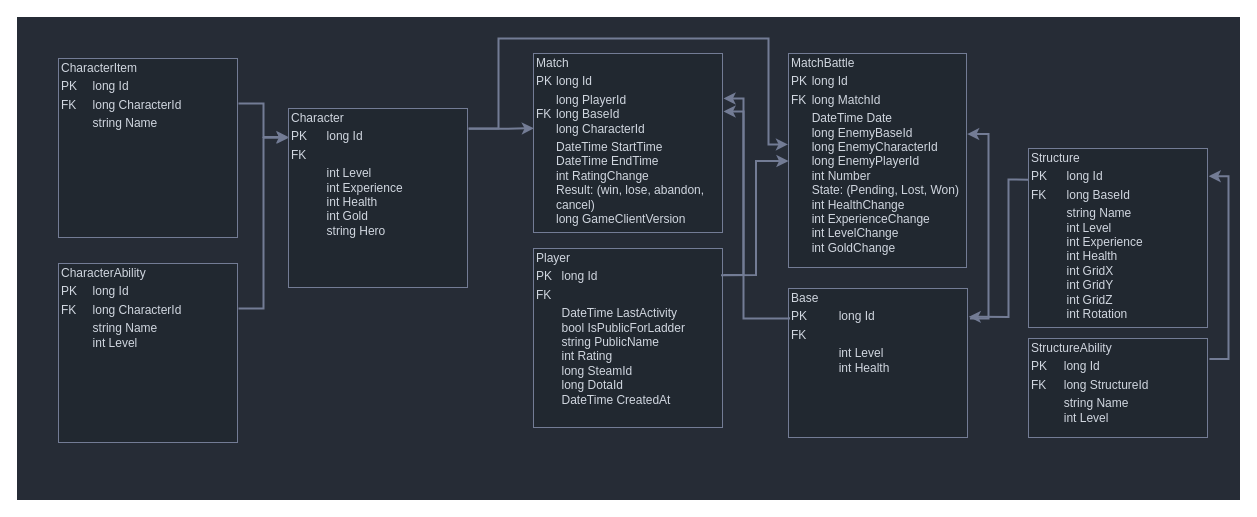
Above: Documentation/db.drawio in roekws/PlayerService (draw.io), before the change. Source tidied: cells renumbered, new cells numbered last; positions are measured from the earlier drawing's top-left corner, leaving out a move shared by most shapes. Both pictures are drawn from the tidied source at 100%, with x=0, y=0 at pixel (18, 18).
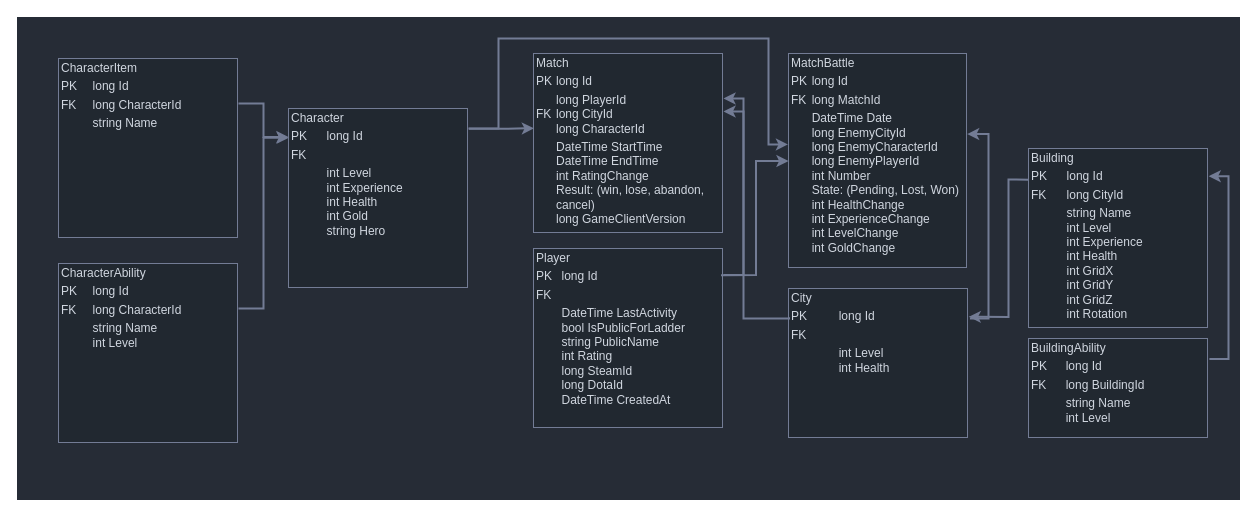
The same diagram, later.

Commit message (it also covers changes not shown here):
Renamed Base to City, and Structure to Building

Change to the diagram source:
```diff
@@
-    <mxCell id="4" value="&lt;div style=&quot;box-sizing: border-box; width: 100%; background-position: 0% 0%; background-repeat: repeat; background-attachment: scroll; background-image: none; background-size: auto; background-origin: padding-box; background-clip: border-box; padding: 2px;&quot;&gt;Match&lt;/div&gt;&lt;table style=&quot;width:100%;font-size:1em;&quot; cellpadding=&quot;2&quot; cellspacing=&quot;0&quot;&gt;&lt;tbody&gt;&lt;tr&gt;&lt;td&gt;PK&lt;/td&gt;&lt;td&gt;long Id&lt;/td&gt;&lt;/tr&gt;&lt;tr&gt;&lt;td&gt;FK&lt;/td&gt;&lt;td&gt;long PlayerId&lt;br&gt;long BaseId&lt;br&gt;long CharacterId&lt;/td&gt;&lt;/tr&gt;&lt;tr&gt;&lt;td&gt;&lt;br&gt;&lt;/td&gt;&lt;td&gt;DateTime StartTime&lt;br&gt;DateTime EndTime&lt;br&gt;int RatingChange&lt;br&gt;Result: (win, lose, abandon, cancel)&lt;br&gt;long GameClientVersion&lt;/td&gt;&lt;/tr&gt;&lt;/tbody&gt;&lt;/table&gt;" style="verticalAlign=top;align=left;overflow=fill;html=1;whiteSpace=wrap;fontColor=#D1D7E0;labelBackgroundColor=#212830;labelBorderColor=#737C95;strokeColor=none;strokeWidth=2;fillColor=none;" parent="1" vertex="1">
+    <mxCell id="4" value="&lt;div style=&quot;box-sizing: border-box; width: 100%; background-position: 0% 0%; background-repeat: repeat; background-attachment: scroll; background-image: none; background-size: auto; background-origin: padding-box; background-clip: border-box; padding: 2px;&quot;&gt;Match&lt;/div&gt;&lt;table style=&quot;width:100%;font-size:1em;&quot; cellpadding=&quot;2&quot; cellspacing=&quot;0&quot;&gt;&lt;tbody&gt;&lt;tr&gt;&lt;td&gt;PK&lt;/td&gt;&lt;td&gt;long Id&lt;/td&gt;&lt;/tr&gt;&lt;tr&gt;&lt;td&gt;FK&lt;/td&gt;&lt;td&gt;long PlayerId&lt;br&gt;long CityId&lt;br&gt;long CharacterId&lt;/td&gt;&lt;/tr&gt;&lt;tr&gt;&lt;td&gt;&lt;br&gt;&lt;/td&gt;&lt;td&gt;DateTime StartTime&lt;br&gt;DateTime EndTime&lt;br&gt;int RatingChange&lt;br&gt;Result: (win, lose, abandon, cancel)&lt;br&gt;long GameClientVersion&lt;/td&gt;&lt;/tr&gt;&lt;/tbody&gt;&lt;/table&gt;" style="verticalAlign=top;align=left;overflow=fill;html=1;whiteSpace=wrap;fontColor=#D1D7E0;labelBackgroundColor=#212830;labelBorderColor=#737C95;strokeColor=none;strokeWidth=2;fillColor=none;" parent="1" vertex="1">
       <mxGeometry x="515" y="35" width="190" height="180" as="geometry" />
     </mxCell>
-    <mxCell id="5" value="&lt;div style=&quot;box-sizing: border-box; width: 100%; background-position: 0% 0%; background-repeat: repeat; background-attachment: scroll; background-image: none; background-size: auto; background-origin: padding-box; background-clip: border-box; padding: 2px;&quot;&gt;MatchBattle&lt;/div&gt;&lt;table style=&quot;width:100%;font-size:1em;&quot; cellpadding=&quot;2&quot; cellspacing=&quot;0&quot;&gt;&lt;tbody&gt;&lt;tr&gt;&lt;td&gt;PK&lt;/td&gt;&lt;td&gt;long Id&lt;/td&gt;&lt;/tr&gt;&lt;tr&gt;&lt;td&gt;FK&lt;/td&gt;&lt;td&gt;long MatchId&lt;/td&gt;&lt;/tr&gt;&lt;tr&gt;&lt;td&gt;&lt;br&gt;&lt;/td&gt;&lt;td&gt;DateTime Date&lt;br&gt;long EnemyBaseId&lt;br&gt;long EnemyCharacterId&lt;br&gt;long EnemyPlayerId&lt;br&gt;int Number&lt;br&gt;State: (Pending, Lost, Won)&lt;br&gt;int HealthChange&lt;br&gt;int ExperienceChange&lt;br&gt;int LevelChange&lt;br&gt;int GoldChange&lt;/td&gt;&lt;/tr&gt;&lt;/tbody&gt;&lt;/table&gt;" style="verticalAlign=top;align=left;overflow=fill;html=1;whiteSpace=wrap;fontColor=#D1D7E0;labelBackgroundColor=#212830;labelBorderColor=#737C95;strokeColor=none;strokeWidth=2;fillColor=none;" parent="1" vertex="1">
+    <mxCell id="5" value="&lt;div style=&quot;box-sizing: border-box; width: 100%; background-position: 0% 0%; background-repeat: repeat; background-attachment: scroll; background-image: none; background-size: auto; background-origin: padding-box; background-clip: border-box; padding: 2px;&quot;&gt;MatchBattle&lt;/div&gt;&lt;table style=&quot;width:100%;font-size:1em;&quot; cellpadding=&quot;2&quot; cellspacing=&quot;0&quot;&gt;&lt;tbody&gt;&lt;tr&gt;&lt;td&gt;PK&lt;/td&gt;&lt;td&gt;long Id&lt;/td&gt;&lt;/tr&gt;&lt;tr&gt;&lt;td&gt;FK&lt;/td&gt;&lt;td&gt;long MatchId&lt;/td&gt;&lt;/tr&gt;&lt;tr&gt;&lt;td&gt;&lt;br&gt;&lt;/td&gt;&lt;td&gt;DateTime Date&lt;br&gt;long EnemyCityId&lt;br&gt;long EnemyCharacterId&lt;br&gt;long EnemyPlayerId&lt;br&gt;int Number&lt;br&gt;State: (Pending, Lost, Won)&lt;br&gt;int HealthChange&lt;br&gt;int ExperienceChange&lt;br&gt;int LevelChange&lt;br&gt;int GoldChange&lt;/td&gt;&lt;/tr&gt;&lt;/tbody&gt;&lt;/table&gt;" style="verticalAlign=top;align=left;overflow=fill;html=1;whiteSpace=wrap;fontColor=#D1D7E0;labelBackgroundColor=#212830;labelBorderColor=#737C95;strokeColor=none;strokeWidth=2;fillColor=none;" parent="1" vertex="1">
       <mxGeometry x="770" y="35" width="179" height="215" as="geometry" />
     </mxCell>
@@
-    <mxCell id="11" value="&lt;div style=&quot;box-sizing: border-box; width: 100%; background-position: 0% 0%; background-repeat: repeat; background-attachment: scroll; background-image: none; background-size: auto; background-origin: padding-box; background-clip: border-box; padding: 2px;&quot;&gt;Base&lt;/div&gt;&lt;table style=&quot;width:100%;font-size:1em;&quot; cellpadding=&quot;2&quot; cellspacing=&quot;0&quot;&gt;&lt;tbody&gt;&lt;tr&gt;&lt;td&gt;PK&lt;/td&gt;&lt;td&gt;long Id&lt;/td&gt;&lt;/tr&gt;&lt;tr&gt;&lt;td&gt;FK&lt;/td&gt;&lt;td&gt;&lt;br&gt;&lt;/td&gt;&lt;/tr&gt;&lt;tr&gt;&lt;td&gt;&lt;br&gt;&lt;/td&gt;&lt;td&gt;int Level&lt;br&gt;int Health&lt;/td&gt;&lt;/tr&gt;&lt;/tbody&gt;&lt;/table&gt;" style="verticalAlign=top;align=left;overflow=fill;html=1;whiteSpace=wrap;fontColor=#D1D7E0;labelBackgroundColor=#212830;labelBorderColor=#737C95;strokeColor=none;strokeWidth=2;fillColor=none;" parent="1" vertex="1">
+    <mxCell id="11" value="&lt;div style=&quot;box-sizing: border-box; width: 100%; background-position: 0% 0%; background-repeat: repeat; background-attachment: scroll; background-image: none; background-size: auto; background-origin: padding-box; background-clip: border-box; padding: 2px;&quot;&gt;City&lt;/div&gt;&lt;table style=&quot;width:100%;font-size:1em;&quot; cellpadding=&quot;2&quot; cellspacing=&quot;0&quot;&gt;&lt;tbody&gt;&lt;tr&gt;&lt;td&gt;PK&lt;/td&gt;&lt;td&gt;long Id&lt;/td&gt;&lt;/tr&gt;&lt;tr&gt;&lt;td&gt;FK&lt;/td&gt;&lt;td&gt;&lt;br&gt;&lt;/td&gt;&lt;/tr&gt;&lt;tr&gt;&lt;td&gt;&lt;br&gt;&lt;/td&gt;&lt;td&gt;int Level&lt;br&gt;int Health&lt;/td&gt;&lt;/tr&gt;&lt;/tbody&gt;&lt;/table&gt;" style="verticalAlign=top;align=left;overflow=fill;html=1;whiteSpace=wrap;fontColor=#D1D7E0;labelBackgroundColor=#212830;labelBorderColor=#737C95;strokeColor=none;strokeWidth=2;fillColor=none;" parent="1" vertex="1">
       <mxGeometry x="770" y="270" width="180" height="150" as="geometry" />
     </mxCell>
-    <mxCell id="12" value="&lt;div style=&quot;box-sizing: border-box; width: 100%; background-position: 0% 0%; background-repeat: repeat; background-attachment: scroll; background-image: none; background-size: auto; background-origin: padding-box; background-clip: border-box; padding: 2px;&quot;&gt;Structure&lt;/div&gt;&lt;table style=&quot;width:100%;font-size:1em;&quot; cellpadding=&quot;2&quot; cellspacing=&quot;0&quot;&gt;&lt;tbody&gt;&lt;tr&gt;&lt;td&gt;PK&lt;/td&gt;&lt;td&gt;long Id&lt;/td&gt;&lt;/tr&gt;&lt;tr&gt;&lt;td&gt;FK&lt;/td&gt;&lt;td&gt;long BaseId&lt;/td&gt;&lt;/tr&gt;&lt;tr&gt;&lt;td&gt;&lt;br&gt;&lt;/td&gt;&lt;td&gt;string Name&lt;br&gt;int Level&lt;br&gt;int Experience&lt;br&gt;int Health&lt;br&gt;int GridX&lt;br&gt;int GridY&lt;br&gt;int GridZ&lt;br&gt;int Rotation&lt;/td&gt;&lt;/tr&gt;&lt;/tbody&gt;&lt;/table&gt;" style="verticalAlign=top;align=left;overflow=fill;html=1;whiteSpace=wrap;fontColor=#D1D7E0;labelBackgroundColor=#212830;labelBorderColor=#737C95;strokeColor=none;strokeWidth=2;fillColor=none;" parent="1" vertex="1">
+    <mxCell id="12" value="&lt;div style=&quot;box-sizing: border-box; width: 100%; background-position: 0% 0%; background-repeat: repeat; background-attachment: scroll; background-image: none; background-size: auto; background-origin: padding-box; background-clip: border-box; padding: 2px;&quot;&gt;Building&lt;/div&gt;&lt;table style=&quot;width:100%;font-size:1em;&quot; cellpadding=&quot;2&quot; cellspacing=&quot;0&quot;&gt;&lt;tbody&gt;&lt;tr&gt;&lt;td&gt;PK&lt;/td&gt;&lt;td&gt;long Id&lt;/td&gt;&lt;/tr&gt;&lt;tr&gt;&lt;td&gt;FK&lt;/td&gt;&lt;td&gt;long CityId&lt;/td&gt;&lt;/tr&gt;&lt;tr&gt;&lt;td&gt;&lt;br&gt;&lt;/td&gt;&lt;td&gt;string Name&lt;br&gt;int Level&lt;br&gt;int Experience&lt;br&gt;int Health&lt;br&gt;int GridX&lt;br&gt;int GridY&lt;br&gt;int GridZ&lt;br&gt;int Rotation&lt;/td&gt;&lt;/tr&gt;&lt;/tbody&gt;&lt;/table&gt;" style="verticalAlign=top;align=left;overflow=fill;html=1;whiteSpace=wrap;fontColor=#D1D7E0;labelBackgroundColor=#212830;labelBorderColor=#737C95;strokeColor=none;strokeWidth=2;fillColor=none;" parent="1" vertex="1">
       <mxGeometry x="1010" y="130" width="180" height="180" as="geometry" />
     </mxCell>
-    <mxCell id="13" value="&lt;div style=&quot;box-sizing: border-box; width: 100%; background-position: 0% 0%; background-repeat: repeat; background-attachment: scroll; background-image: none; background-size: auto; background-origin: padding-box; background-clip: border-box; padding: 2px;&quot;&gt;StructureAbility&lt;/div&gt;&lt;table style=&quot;width:100%;font-size:1em;&quot; cellpadding=&quot;2&quot; cellspacing=&quot;0&quot;&gt;&lt;tbody&gt;&lt;tr&gt;&lt;td&gt;PK&lt;/td&gt;&lt;td&gt;long Id&lt;/td&gt;&lt;/tr&gt;&lt;tr&gt;&lt;td&gt;FK&lt;/td&gt;&lt;td&gt;long StructureId&lt;/td&gt;&lt;/tr&gt;&lt;tr&gt;&lt;td&gt;&lt;br&gt;&lt;/td&gt;&lt;td&gt;string Name&lt;br&gt;int Level&lt;/td&gt;&lt;/tr&gt;&lt;/tbody&gt;&lt;/table&gt;" style="verticalAlign=top;align=left;overflow=fill;html=1;whiteSpace=wrap;fontColor=#D1D7E0;labelBackgroundColor=#212830;labelBorderColor=#737C95;strokeColor=none;strokeWidth=2;fillColor=none;" parent="1" vertex="1">
+    <mxCell id="13" value="&lt;div style=&quot;box-sizing: border-box; width: 100%; background-position: 0% 0%; background-repeat: repeat; background-attachment: scroll; background-image: none; background-size: auto; background-origin: padding-box; background-clip: border-box; padding: 2px;&quot;&gt;BuildingAbility&lt;/div&gt;&lt;table style=&quot;width:100%;font-size:1em;&quot; cellpadding=&quot;2&quot; cellspacing=&quot;0&quot;&gt;&lt;tbody&gt;&lt;tr&gt;&lt;td&gt;PK&lt;/td&gt;&lt;td&gt;long Id&lt;/td&gt;&lt;/tr&gt;&lt;tr&gt;&lt;td&gt;FK&lt;/td&gt;&lt;td&gt;long BuildingId&lt;/td&gt;&lt;/tr&gt;&lt;tr&gt;&lt;td&gt;&lt;br&gt;&lt;/td&gt;&lt;td&gt;string Name&lt;br&gt;int Level&lt;/td&gt;&lt;/tr&gt;&lt;/tbody&gt;&lt;/table&gt;" style="verticalAlign=top;align=left;overflow=fill;html=1;whiteSpace=wrap;fontColor=#D1D7E0;labelBackgroundColor=#212830;labelBorderColor=#737C95;strokeColor=none;strokeWidth=2;fillColor=none;" parent="1" vertex="1">
       <mxGeometry x="1010" y="320" width="180" height="100" as="geometry" />
     </mxCell>
```
